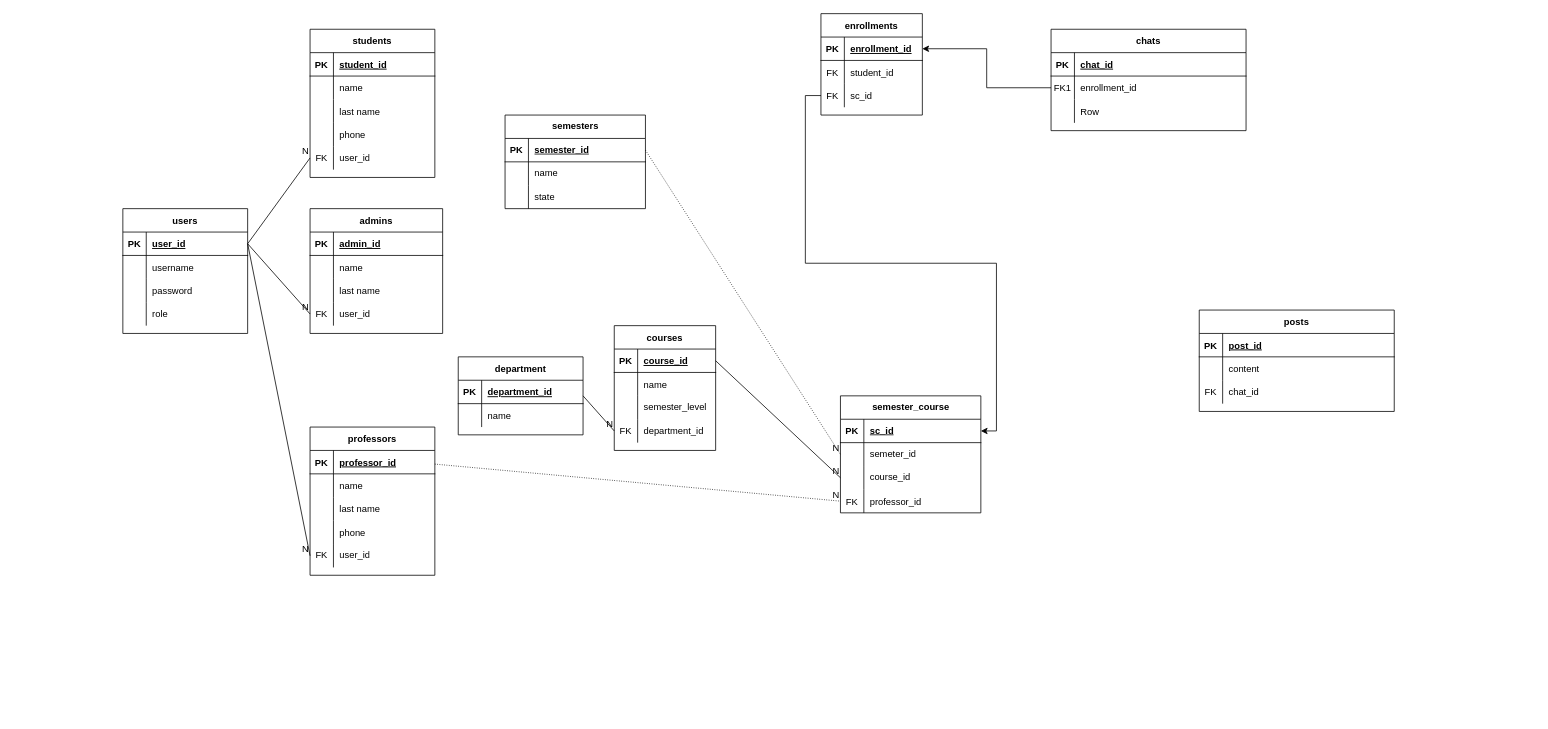
Before: university.drawio in ArtStyle19/db-diagrams, a draw.io diagram. Source tidied: cells renumbered, new cells numbered last; positions are measured from the earlier drawing's top-left corner, leaving out a move shared by most shapes. Both pictures are drawn from the tidied source at 78%, with x=0, y=0 at pixel (122, 13).
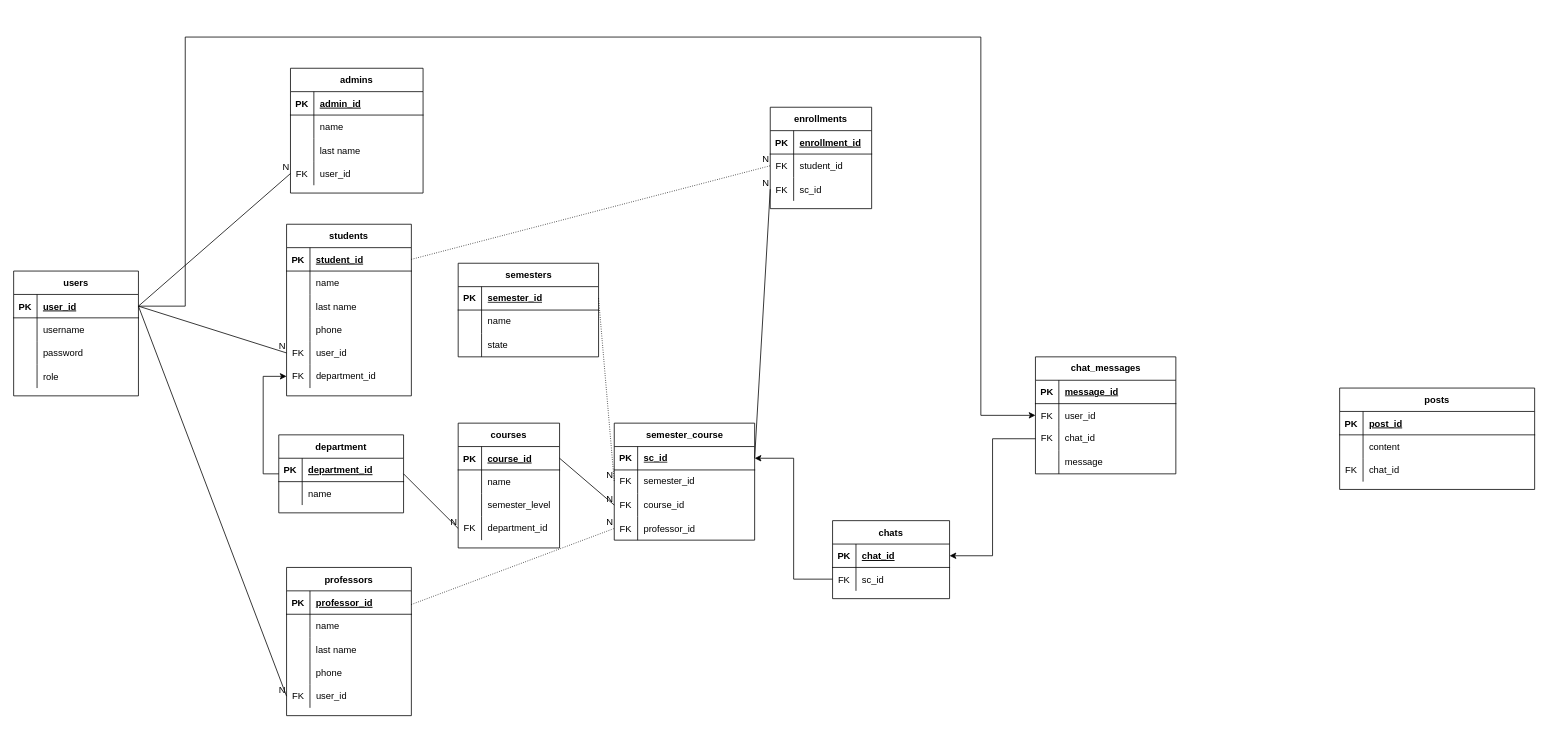
After the change.

The change refers to these unchanged cells:
```xml
<mxCell id="16" style="shape=partialRectangle;fillColor=none;points=[[0,0.5],[1,0.5]];portConstraint=eastwest;top=0;left=0;right=0;bottom=1;" parent="15" vertex="1">
  <mxGeometry y="30" width="160" height="30" as="geometry" />
</mxCell>
<mxCell id="42" style="shape=partialRectangle;fillColor=none;points=[[0,0.5],[1,0.5]];portConstraint=eastwest;top=0;left=0;right=0;bottom=1;" parent="41" vertex="1">
  <mxGeometry y="30" width="130" height="30" as="geometry" />
</mxCell>
<mxCell id="45" style="shape=partialRectangle;fillColor=none;points=[[0,0.5],[1,0.5]];portConstraint=eastwest;top=0;left=0;right=0;bottom=0;" parent="41" vertex="1">
  <mxGeometry y="60" width="130" height="30" as="geometry" />
</mxCell>
<mxCell id="48" style="shape=partialRectangle;fillColor=none;points=[[0,0.5],[1,0.5]];portConstraint=eastwest;top=0;left=0;right=0;bottom=0;" parent="41" vertex="1">
  <mxGeometry y="90" width="130" height="30" as="geometry" />
</mxCell>
<mxCell id="69" style="shape=partialRectangle;fillColor=none;points=[[0,0.5],[1,0.5]];portConstraint=eastwest;top=0;left=0;right=0;bottom=1;" parent="68" vertex="1">
  <mxGeometry y="30" width="160" height="30" as="geometry" />
</mxCell>
<mxCell id="133" style="shape=tableRow;horizontal=0;startSize=0;swimlaneHead=0;swimlaneBody=0;fillColor=none;points=[[0,0.5],[1,0.5]];portConstraint=eastwest;top=0;left=0;right=0;bottom=1;" parent="132" vertex="1">
  <mxGeometry y="30" width="180" height="30" as="geometry" />
</mxCell>
<mxCell id="136" style="shape=tableRow;horizontal=0;startSize=0;swimlaneHead=0;swimlaneBody=0;fillColor=none;points=[[0,0.5],[1,0.5]];portConstraint=eastwest;top=0;left=0;right=0;bottom=0;" parent="132" vertex="1">
  <mxGeometry y="60" width="180" height="30" as="geometry" />
</mxCell>
<mxCell id="139" style="shape=tableRow;horizontal=0;startSize=0;swimlaneHead=0;swimlaneBody=0;fillColor=none;points=[[0,0.5],[1,0.5]];portConstraint=eastwest;top=0;left=0;right=0;bottom=0;" parent="132" vertex="1">
  <mxGeometry y="90" width="180" height="30" as="geometry" />
</mxCell>
```

Change to the diagram source:
```diff
@@
     <mxCell id="2" value="courses" style="shape=table;startSize=30;childLayout=tableLayout;rowLines=0;fontStyle=1;align=center;" parent="1" vertex="1">
-      <mxGeometry x="630" y="400" width="130" height="160" as="geometry" />
+      <mxGeometry x="429.9" y="525" width="130" height="160" as="geometry" />
     </mxCell>
@@
     <mxCell id="15" value="users" style="shape=table;startSize=30;childLayout=tableLayout;rowLines=0;fontStyle=1;align=center;" parent="1" vertex="1">
-      <mxGeometry y="250" width="160" height="160" as="geometry" />
+      <mxGeometry x="-140" y="330" width="160" height="160" as="geometry" />
     </mxCell>
@@
     <mxCell id="28" value="admins" style="shape=table;startSize=30;childLayout=tableLayout;rowLines=0;fontStyle=1;align=center;" parent="1" vertex="1">
-      <mxGeometry x="240" y="250" width="170" height="160" as="geometry" />
+      <mxGeometry x="214.9" y="70" width="170" height="160" as="geometry" />
     </mxCell>
@@
     <mxCell id="41" value="enrollments" style="shape=table;startSize=30;childLayout=tableLayout;rowLines=0;fontStyle=1;align=center;" parent="1" vertex="1">
-      <mxGeometry x="895" width="130" height="130" as="geometry" />
+      <mxGeometry x="830" y="120" width="130" height="130" as="geometry" />
     </mxCell>
@@
+    <mxCell id="149" style="edgeStyle=orthogonalEdgeStyle;rounded=0;jettySize=auto;html=1;exitX=0;exitY=0.5;exitDx=0;exitDy=0;entryX=0;entryY=0.5;entryDx=0;entryDy=0;" parent="1" edge="1" source="51" target="150">
+      <mxGeometry relative="1" as="geometry" />
+    </mxCell>
     <mxCell id="51" value="department" style="shape=table;startSize=30;childLayout=tableLayout;rowLines=0;fontStyle=1;align=center;" parent="1" vertex="1">
-      <mxGeometry x="430" y="440" width="160" height="100" as="geometry" />
+      <mxGeometry x="199.9" y="540" width="160" height="100" as="geometry" />
     </mxCell>
@@
     <mxCell id="58" value="chats" style="shape=table;startSize=30;childLayout=tableLayout;rowLines=0;fontStyle=1;align=center;" parent="1" vertex="1">
-      <mxGeometry x="1190" y="20" width="250" height="130" as="geometry" />
+      <mxGeometry x="909.9" y="650" width="150" height="100" as="geometry" />
     </mxCell>
     <mxCell id="59" style="shape=partialRectangle;fillColor=none;points=[[0,0.5],[1,0.5]];portConstraint=eastwest;top=0;left=0;right=0;bottom=1;" parent="58" vertex="1">
-      <mxGeometry y="30" width="250" height="30" as="geometry" />
+      <mxGeometry y="30" width="150" height="30" as="geometry" />
     </mxCell>
@@
     <mxCell id="61" value="chat_id" style="shape=partialRectangle;overflow=hidden;fillColor=none;top=0;left=0;bottom=0;right=0;align=left;spacingLeft=6;fontStyle=5;" parent="59" vertex="1">
-      <mxGeometry x="30" width="220" height="30" as="geometry" />
+      <mxGeometry x="30" width="120" height="30" as="geometry" />
     </mxCell>
     <mxCell id="62" style="shape=partialRectangle;fillColor=none;points=[[0,0.5],[1,0.5]];portConstraint=eastwest;top=0;left=0;right=0;bottom=0;" parent="58" vertex="1">
-      <mxGeometry y="60" width="250" height="30" as="geometry" />
+      <mxGeometry y="60" width="150" height="30" as="geometry" />
     </mxCell>
-    <mxCell id="63" value="FK1" style="shape=partialRectangle;overflow=hidden;fillColor=none;top=0;left=0;bottom=0;right=0;" parent="62" vertex="1">
+    <mxCell id="63" value="FK" style="shape=partialRectangle;overflow=hidden;fillColor=none;top=0;left=0;bottom=0;right=0;" parent="62" vertex="1">
       <mxGeometry width="30" height="30" as="geometry" />
     </mxCell>
-    <mxCell id="64" value="enrollment_id" style="shape=partialRectangle;overflow=hidden;fillColor=none;top=0;left=0;bottom=0;right=0;align=left;spacingLeft=6;" parent="62" vertex="1">
-      <mxGeometry x="30" width="220" height="30" as="geometry" />
+    <mxCell id="64" value="sc_id" style="shape=partialRectangle;overflow=hidden;fillColor=none;top=0;left=0;bottom=0;right=0;align=left;spacingLeft=6;" parent="62" vertex="1">
+      <mxGeometry x="30" width="120" height="30" as="geometry" />
     </mxCell>
-    <mxCell id="65" style="shape=tableRow;horizontal=0;startSize=0;swimlaneHead=0;swimlaneBody=0;fillColor=none;points=[[0,0.5],[1,0.5]];portConstraint=eastwest;top=0;left=0;right=0;bottom=0;" parent="58" vertex="1">
-      <mxGeometry y="90" width="250" height="30" as="geometry" />
-    </mxCell>
-    <mxCell id="66" style="shape=partialRectangle;fillColor=none;top=0;left=0;bottom=0;right=0;overflow=hidden;" parent="65" vertex="1">
-      <mxGeometry width="30" height="30" as="geometry" />
-    </mxCell>
-    <mxCell id="67" value="Row" style="shape=partialRectangle;fillColor=none;top=0;left=0;bottom=0;right=0;align=left;spacingLeft=6;overflow=hidden;" parent="65" vertex="1">
-      <mxGeometry x="30" width="220" height="30" as="geometry" />
-    </mxCell>
     <mxCell id="68" value="students" style="shape=table;startSize=30;childLayout=tableLayout;rowLines=0;fontStyle=1;align=center;" parent="1" vertex="1">
-      <mxGeometry x="240" y="20" width="160" height="190" as="geometry" />
+      <mxGeometry x="209.9" y="270" width="160" height="220" as="geometry" />
     </mxCell>
@@
+    <mxCell id="150" style="shape=tableRow;horizontal=0;startSize=0;swimlaneHead=0;swimlaneBody=0;fillColor=none;points=[[0,0.5],[1,0.5]];portConstraint=eastwest;top=0;left=0;right=0;bottom=0;" parent="68" vertex="1">
+      <mxGeometry y="180" width="160" height="30" as="geometry" />
+    </mxCell>
+    <mxCell id="151" value="FK" style="shape=partialRectangle;fillColor=none;top=0;left=0;bottom=0;right=0;fontStyle=0;overflow=hidden;whiteSpace=wrap;html=1;" parent="150" vertex="1">
+      <mxGeometry width="30" height="30" as="geometry" />
+    </mxCell>
+    <mxCell id="152" value="department_id" style="shape=partialRectangle;fillColor=none;top=0;left=0;bottom=0;right=0;align=left;spacingLeft=6;fontStyle=0;overflow=hidden;whiteSpace=wrap;html=1;" parent="150" vertex="1">
+      <mxGeometry x="30" width="130" height="30" as="geometry" />
+    </mxCell>
     <mxCell id="84" value="professors" style="shape=table;startSize=30;childLayout=tableLayout;rowLines=0;fontStyle=1;align=center;" parent="1" vertex="1">
-      <mxGeometry x="240" y="530" width="160" height="190" as="geometry" />
+      <mxGeometry x="209.9" y="710" width="160" height="190" as="geometry" />
     </mxCell>
@@
     <mxCell id="100" value="posts" style="shape=table;startSize=30;childLayout=tableLayout;rowLines=0;fontStyle=1;align=center;" parent="1" vertex="1">
-      <mxGeometry x="1380" y="380" width="250" height="130" as="geometry" />
+      <mxGeometry x="1560" y="480" width="250" height="130" as="geometry" />
     </mxCell>
@@
     <mxCell id="122" value="&lt;div&gt;semesters&lt;/div&gt;" style="shape=table;startSize=30;childLayout=tableLayout;rowLines=0;fontStyle=1;align=center;html=1;direction=east;" parent="1" vertex="1">
-      <mxGeometry x="490" y="130" width="180" height="120" as="geometry" />
+      <mxGeometry x="429.9" y="320" width="180" height="120" as="geometry" />
     </mxCell>
@@
     <mxCell id="132" value="semester_course" style="shape=table;startSize=30;childLayout=tableLayout;rowLines=0;fontStyle=1;align=center;html=1;" parent="1" vertex="1">
-      <mxGeometry x="920" y="490" width="180" height="150" as="geometry" />
+      <mxGeometry x="630" y="525" width="180" height="150" as="geometry" />
     </mxCell>
@@
-    <mxCell id="137" style="shape=partialRectangle;fillColor=none;top=0;left=0;bottom=0;right=0;overflow=hidden;whiteSpace=wrap;html=1;" parent="136" vertex="1">
+    <mxCell id="137" value="FK" style="shape=partialRectangle;fillColor=none;top=0;left=0;bottom=0;right=0;overflow=hidden;whiteSpace=wrap;html=1;" parent="136" vertex="1">
       <mxGeometry width="30" height="30" as="geometry" />
     </mxCell>
-    <mxCell id="138" value="semeter_id" style="shape=partialRectangle;fillColor=none;top=0;left=0;bottom=0;right=0;align=left;spacingLeft=6;overflow=hidden;whiteSpace=wrap;html=1;" parent="136" vertex="1">
+    <mxCell id="138" value="semester_id" style="shape=partialRectangle;fillColor=none;top=0;left=0;bottom=0;right=0;align=left;spacingLeft=6;overflow=hidden;whiteSpace=wrap;html=1;" parent="136" vertex="1">
       <mxGeometry x="30" width="150" height="30" as="geometry" />
     </mxCell>
@@
-    <mxCell id="140" style="shape=partialRectangle;fillColor=none;top=0;left=0;bottom=0;right=0;overflow=hidden;whiteSpace=wrap;html=1;" parent="139" vertex="1">
+    <mxCell id="140" value="FK" style="shape=partialRectangle;fillColor=none;top=0;left=0;bottom=0;right=0;overflow=hidden;whiteSpace=wrap;html=1;" parent="139" vertex="1">
       <mxGeometry width="30" height="30" as="geometry" />
     </mxCell>
@@
-    <mxCell id="147" style="edgeStyle=orthogonalEdgeStyle;rounded=0;jettySize=auto;html=1;exitX=0;exitY=0.5;exitDx=0;exitDy=0;entryX=1;entryY=0.5;entryDx=0;entryDy=0;" parent="1" edge="1" source="48" target="133">
-      <mxGeometry relative="1" as="geometry" />
-    </mxCell>
-    <mxCell id="148" style="edgeStyle=orthogonalEdgeStyle;rounded=0;jettySize=auto;html=1;exitX=0;exitY=0.5;exitDx=0;exitDy=0;entryX=1;entryY=0.5;entryDx=0;entryDy=0;" parent="1" edge="1" source="62" target="42">
+    <mxCell id="148" style="edgeStyle=orthogonalEdgeStyle;rounded=0;jettySize=auto;html=1;exitX=0;exitY=0.5;exitDx=0;exitDy=0;entryX=1;entryY=0.5;entryDx=0;entryDy=0;" parent="1" edge="1" source="62" target="133">
       <mxGeometry relative="1" as="geometry" />
     </mxCell>
+    <mxCell id="153" style="endArrow=none;html=1;rounded=0;dashed=1;dashPattern=1 2;exitX=1;exitY=0.5;exitDx=0;exitDy=0;entryX=0;entryY=0.5;entryDx=0;entryDy=0;" parent="1" edge="1" source="69" target="45">
+      <mxGeometry relative="1" as="geometry" />
+    </mxCell>
+    <mxCell id="154" value="N" style="html=1;whiteSpace=wrap;align=right;verticalAlign=bottom;" parent="153" vertex="1">
+      <mxGeometry x="1" relative="1" as="geometry" />
+    </mxCell>
+    <mxCell id="155" style="endArrow=none;html=1;rounded=0;exitX=1;exitY=0.5;exitDx=0;exitDy=0;entryX=0;entryY=0.5;entryDx=0;entryDy=0;" parent="1" edge="1" source="133" target="48">
+      <mxGeometry relative="1" as="geometry" />
+    </mxCell>
+    <mxCell id="156" value="N" style="html=1;whiteSpace=wrap;align=right;verticalAlign=bottom;" parent="155" vertex="1">
+      <mxGeometry x="1" relative="1" as="geometry" />
+    </mxCell>
+    <mxCell id="157" value="chat_messages" style="shape=table;startSize=30;childLayout=tableLayout;rowLines=0;fontStyle=1;align=center;html=1;" parent="1" vertex="1">
+      <mxGeometry x="1170" y="440" width="180" height="150" as="geometry" />
+    </mxCell>
+    <mxCell id="158" style="shape=tableRow;horizontal=0;startSize=0;swimlaneHead=0;swimlaneBody=0;fillColor=none;top=0;left=0;right=0;bottom=1;" parent="157" vertex="1">
+      <mxGeometry y="30" width="180" height="30" as="geometry" />
+    </mxCell>
+    <mxCell id="159" value="PK" style="shape=partialRectangle;fillColor=none;top=0;left=0;bottom=0;right=0;fontStyle=1;overflow=hidden;whiteSpace=wrap;html=1;" parent="158" vertex="1">
+      <mxGeometry width="30" height="30" as="geometry" />
+    </mxCell>
+    <mxCell id="160" value="message_id" style="shape=partialRectangle;fillColor=none;top=0;left=0;bottom=0;right=0;align=left;spacingLeft=6;fontStyle=5;overflow=hidden;whiteSpace=wrap;html=1;" parent="158" vertex="1">
+      <mxGeometry x="30" width="150" height="30" as="geometry" />
+    </mxCell>
+    <mxCell id="65" style="shape=tableRow;horizontal=0;startSize=0;swimlaneHead=0;swimlaneBody=0;fillColor=none;points=[[0,0.5],[1,0.5]];portConstraint=eastwest;top=0;left=0;right=0;bottom=0;" parent="157" vertex="1">
+      <mxGeometry y="60" width="180" height="30" as="geometry" />
+    </mxCell>
+    <mxCell id="66" value="FK" style="shape=partialRectangle;fillColor=none;top=0;left=0;bottom=0;right=0;overflow=hidden;" parent="65" vertex="1">
+      <mxGeometry width="30" height="30" as="geometry" />
+    </mxCell>
+    <mxCell id="67" value="user_id" style="shape=partialRectangle;fillColor=none;top=0;left=0;bottom=0;right=0;align=left;spacingLeft=6;overflow=hidden;" parent="65" vertex="1">
+      <mxGeometry x="30" width="150" height="30" as="geometry" />
+    </mxCell>
+    <mxCell id="161" style="shape=tableRow;horizontal=0;startSize=0;swimlaneHead=0;swimlaneBody=0;fillColor=none;points=[[0,0.5],[1,0.5]];portConstraint=eastwest;top=0;left=0;right=0;bottom=0;" parent="157" vertex="1">
+      <mxGeometry y="90" width="180" height="30" as="geometry" />
+    </mxCell>
+    <mxCell id="162" value="FK" style="shape=partialRectangle;fillColor=none;top=0;left=0;bottom=0;right=0;overflow=hidden;whiteSpace=wrap;html=1;" parent="161" vertex="1">
+      <mxGeometry width="30" height="30" as="geometry" />
+    </mxCell>
+    <mxCell id="163" value="chat_id" style="shape=partialRectangle;fillColor=none;top=0;left=0;bottom=0;right=0;align=left;spacingLeft=6;overflow=hidden;whiteSpace=wrap;html=1;" parent="161" vertex="1">
+      <mxGeometry x="30" width="150" height="30" as="geometry" />
+    </mxCell>
+    <mxCell id="164" style="shape=tableRow;horizontal=0;startSize=0;swimlaneHead=0;swimlaneBody=0;fillColor=none;top=0;left=0;right=0;bottom=0;" parent="157" vertex="1">
+      <mxGeometry y="120" width="180" height="30" as="geometry" />
+    </mxCell>
+    <mxCell id="165" style="shape=partialRectangle;fillColor=none;top=0;left=0;bottom=0;right=0;overflow=hidden;whiteSpace=wrap;html=1;" parent="164" vertex="1">
+      <mxGeometry width="30" height="30" as="geometry" />
+    </mxCell>
+    <mxCell id="166" value="message" style="shape=partialRectangle;fillColor=none;top=0;left=0;bottom=0;right=0;align=left;spacingLeft=6;overflow=hidden;whiteSpace=wrap;html=1;" parent="164" vertex="1">
+      <mxGeometry x="30" width="150" height="30" as="geometry" />
+    </mxCell>
+    <mxCell id="167" style="edgeStyle=orthogonalEdgeStyle;rounded=0;jettySize=auto;html=1;exitX=0;exitY=0.5;exitDx=0;exitDy=0;entryX=1;entryY=0.5;entryDx=0;entryDy=0;" parent="1" edge="1" source="161" target="59">
+      <mxGeometry relative="1" as="geometry" />
+    </mxCell>
+    <mxCell id="168" style="edgeStyle=orthogonalEdgeStyle;rounded=0;jettySize=auto;html=1;exitX=1;exitY=0.5;exitDx=0;exitDy=0;entryX=0;entryY=0.5;entryDx=0;entryDy=0;" parent="1" edge="1" source="16" target="65">
+      <mxGeometry relative="1" as="geometry">
+        <Array as="points">
+          <mxPoint x="80" y="30" />
+          <mxPoint x="1100" y="30" />
+          <mxPoint x="1100" y="515" />
+        </Array>
+      </mxGeometry>
+    </mxCell>
```
